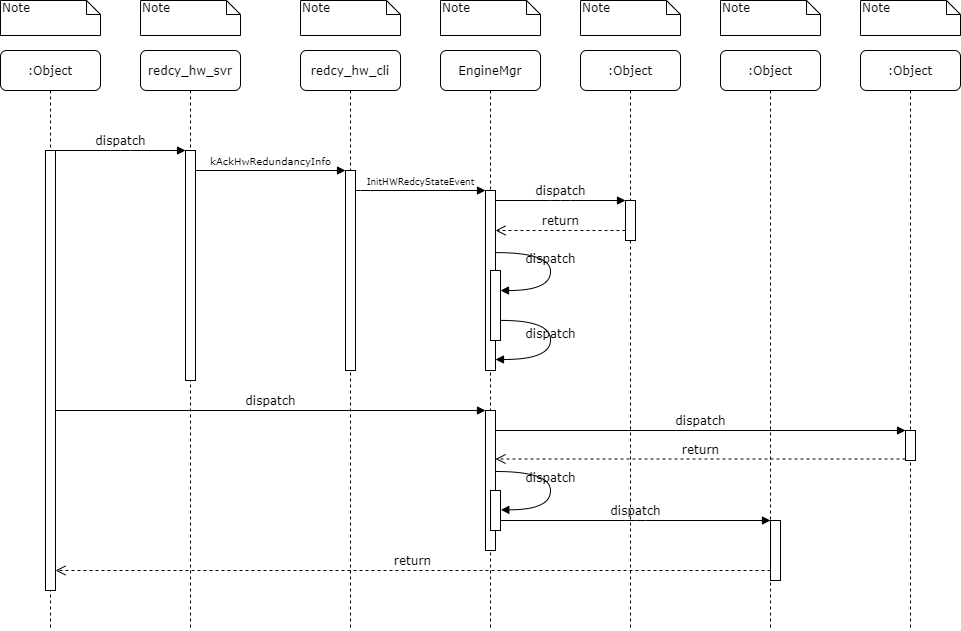
This is UML/StartRedundancy.png from Steve888888/FN-Redundancy, a draw.io export, as it was before one commit. Source tidied: cells renumbered, new cells last; positions are measured from the earlier drawing's top-left corner, leaving out a move shared by most shapes.
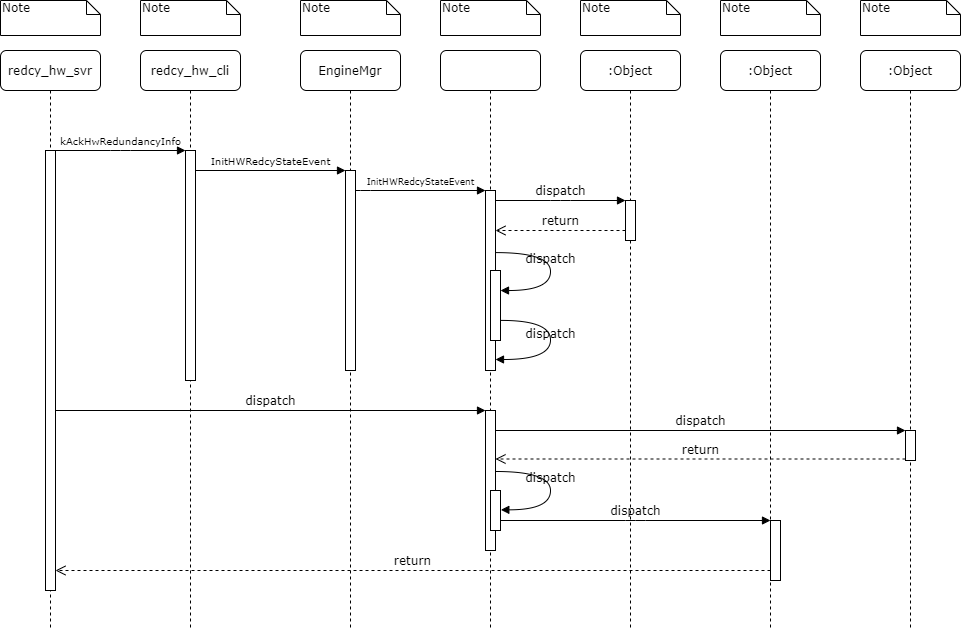
After the change.

The edit, as a diff of the source:
```diff
@@ -2,19 +2,19 @@
   <root>
     <mxCell id="0" />
     <mxCell id="1" parent="0" />
-    <mxCell id="2" value="redcy_hw_svr" style="shape=umlLifeline;perimeter=lifelinePerimeter;whiteSpace=wrap;html=1;rounded=1;shadow=0;comic=0;labelBackgroundColor=none;strokeWidth=1;fontFamily=Verdana;fontSize=12;align=center;" parent="1" vertex="1">
+    <mxCell id="2" value="redcy_hw_cli" style="shape=umlLifeline;perimeter=lifelinePerimeter;whiteSpace=wrap;html=1;rounded=1;shadow=0;comic=0;labelBackgroundColor=none;strokeWidth=1;fontFamily=Verdana;fontSize=12;align=center;" parent="1" vertex="1">
       <mxGeometry x="140" y="50" width="100" height="580" as="geometry" />
     </mxCell>
     <mxCell id="3" style="html=1;points=[];perimeter=orthogonalPerimeter;rounded=0;shadow=0;comic=0;labelBackgroundColor=none;strokeWidth=1;fontFamily=Verdana;fontSize=12;align=center;" parent="2" vertex="1">
       <mxGeometry x="45" y="100" width="10" height="230" as="geometry" />
     </mxCell>
-    <mxCell id="4" value="redcy_hw_cli" style="shape=umlLifeline;perimeter=lifelinePerimeter;whiteSpace=wrap;html=1;rounded=1;shadow=0;comic=0;labelBackgroundColor=none;strokeWidth=1;fontFamily=Verdana;fontSize=12;align=center;" parent="1" vertex="1">
+    <mxCell id="4" value="&lt;span&gt;EngineMgr&lt;/span&gt;" style="shape=umlLifeline;perimeter=lifelinePerimeter;whiteSpace=wrap;html=1;rounded=1;shadow=0;comic=0;labelBackgroundColor=none;strokeWidth=1;fontFamily=Verdana;fontSize=12;align=center;" parent="1" vertex="1">
       <mxGeometry x="300" y="50" width="100" height="580" as="geometry" />
     </mxCell>
     <mxCell id="5" style="html=1;points=[];perimeter=orthogonalPerimeter;rounded=0;shadow=0;comic=0;labelBackgroundColor=none;strokeWidth=1;fontFamily=Verdana;fontSize=12;align=center;" parent="4" vertex="1">
       <mxGeometry x="45" y="120" width="10" height="200" as="geometry" />
     </mxCell>
-    <mxCell id="6" value="EngineMgr" style="shape=umlLifeline;perimeter=lifelinePerimeter;whiteSpace=wrap;html=1;rounded=1;shadow=0;comic=0;labelBackgroundColor=none;strokeWidth=1;fontFamily=Verdana;fontSize=12;align=center;" parent="1" vertex="1">
+    <mxCell id="6" style="shape=umlLifeline;perimeter=lifelinePerimeter;whiteSpace=wrap;html=1;rounded=1;shadow=0;comic=0;labelBackgroundColor=none;strokeWidth=1;fontFamily=Verdana;fontSize=12;align=center;" parent="1" vertex="1">
       <mxGeometry x="440" y="50" width="100" height="580" as="geometry" />
     </mxCell>
     <mxCell id="7" value=":Object" style="shape=umlLifeline;perimeter=lifelinePerimeter;whiteSpace=wrap;html=1;rounded=1;shadow=0;comic=0;labelBackgroundColor=none;strokeWidth=1;fontFamily=Verdana;fontSize=12;align=center;" parent="1" vertex="1">
@@ -26,7 +26,7 @@
     <mxCell id="9" value=":Object" style="shape=umlLifeline;perimeter=lifelinePerimeter;whiteSpace=wrap;html=1;rounded=1;shadow=0;comic=0;labelBackgroundColor=none;strokeWidth=1;fontFamily=Verdana;fontSize=12;align=center;" parent="1" vertex="1">
       <mxGeometry x="860" y="50" width="100" height="580" as="geometry" />
     </mxCell>
-    <mxCell id="10" value=":Object" style="shape=umlLifeline;perimeter=lifelinePerimeter;whiteSpace=wrap;html=1;rounded=1;shadow=0;comic=0;labelBackgroundColor=none;strokeWidth=1;fontFamily=Verdana;fontSize=12;align=center;" parent="1" vertex="1">
+    <mxCell id="10" value="redcy_hw_svr" style="shape=umlLifeline;perimeter=lifelinePerimeter;whiteSpace=wrap;html=1;rounded=1;shadow=0;comic=0;labelBackgroundColor=none;strokeWidth=1;fontFamily=Verdana;fontSize=12;align=center;" parent="1" vertex="1">
       <mxGeometry y="50" width="100" height="580" as="geometry" />
     </mxCell>
     <mxCell id="11" style="html=1;points=[];perimeter=orthogonalPerimeter;rounded=0;shadow=0;comic=0;labelBackgroundColor=none;strokeWidth=1;fontFamily=Verdana;fontSize=12;align=center;" parent="10" vertex="1">
@@ -84,10 +84,10 @@
         </Array>
       </mxGeometry>
     </mxCell>
-    <mxCell id="25" value="dispatch" style="html=1;verticalAlign=bottom;endArrow=block;entryX=0;entryY=0;labelBackgroundColor=none;fontFamily=Verdana;fontSize=12;edgeStyle=elbowEdgeStyle;elbow=vertical;" parent="1" edge="1" source="11" target="3">
+    <mxCell id="25" value="&lt;span style=&quot;font-size: 10px&quot;&gt;kAckHwRedundancyInfo&lt;/span&gt;" style="html=1;verticalAlign=bottom;endArrow=block;entryX=0;entryY=0;labelBackgroundColor=none;fontFamily=Verdana;fontSize=12;edgeStyle=elbowEdgeStyle;elbow=vertical;" parent="1" edge="1" source="11" target="3">
       <mxGeometry relative="1" as="geometry" />
     </mxCell>
-    <mxCell id="26" value="&lt;font style=&quot;font-size: 10px&quot;&gt;kAckHwRedundancyInfo&lt;/font&gt;" style="html=1;verticalAlign=bottom;endArrow=block;entryX=0;entryY=0;labelBackgroundColor=none;fontFamily=Verdana;fontSize=12;edgeStyle=elbowEdgeStyle;elbow=vertical;" parent="1" edge="1" source="3" target="5">
+    <mxCell id="26" value="&lt;font style=&quot;font-size: 10px&quot;&gt;InitHWRedcyStateEvent&lt;/font&gt;" style="html=1;verticalAlign=bottom;endArrow=block;entryX=0;entryY=0;labelBackgroundColor=none;fontFamily=Verdana;fontSize=12;edgeStyle=elbowEdgeStyle;elbow=vertical;" parent="1" edge="1" source="3" target="5">
       <mxGeometry relative="1" as="geometry" />
     </mxCell>
     <mxCell id="27" style="html=1;points=[];perimeter=orthogonalPerimeter;rounded=0;shadow=0;comic=0;labelBackgroundColor=none;strokeWidth=1;fontFamily=Verdana;fontSize=12;align=center;" parent="1" vertex="1">
```
